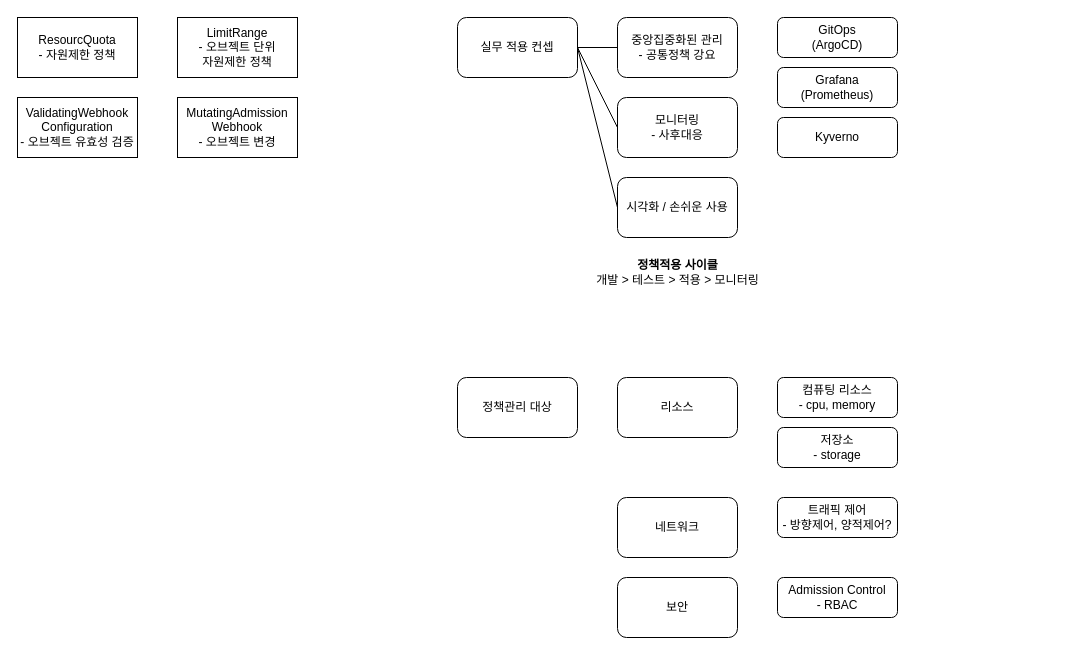
Earlier version of the draw.io diagram page "policy" (1 of 4) of k8s.drawio (hakchangs/k8s-study). Source tidied: cells renumbered, new cells numbered last; positions are measured from the earlier drawing's top-left corner, leaving out a move shared by most shapes. Both pictures are drawn from the tidied source at 100%, with x=0, y=0 at pixel (17, 17).
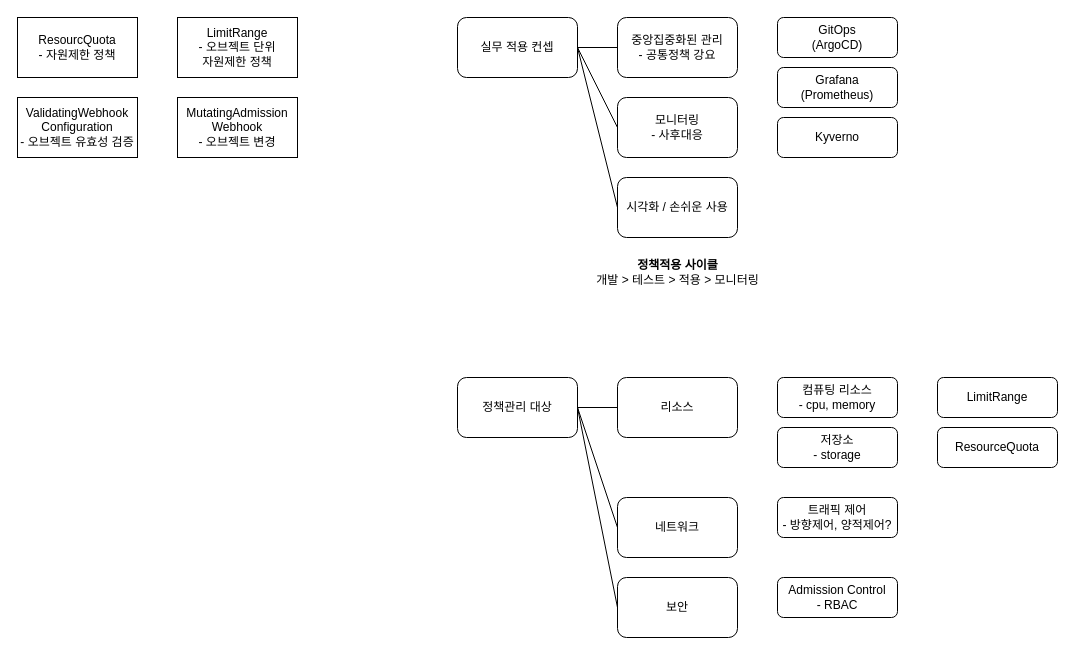
The same page after the edit.

The change refers to these unchanged cells:
```xml
<mxCell id="17" value="정책관리 대상" style="rounded=1;whiteSpace=wrap;html=1;" parent="1" vertex="1">
  <mxGeometry x="440" y="360" width="120" height="60" as="geometry" />
</mxCell>
<mxCell id="18" value="리소스" style="rounded=1;whiteSpace=wrap;html=1;" parent="1" vertex="1">
  <mxGeometry x="600" y="360" width="120" height="60" as="geometry" />
</mxCell>
<mxCell id="21" value="네트워크" style="rounded=1;whiteSpace=wrap;html=1;" parent="1" vertex="1">
  <mxGeometry x="600" y="480" width="120" height="60" as="geometry" />
</mxCell>
<mxCell id="23" value="보안" style="rounded=1;whiteSpace=wrap;html=1;" parent="1" vertex="1">
  <mxGeometry x="600" y="560" width="120" height="60" as="geometry" />
</mxCell>
```

What changed in the source:
```diff
@@
+    <mxCell id="25" style="endArrow=none;html=1;rounded=0;" parent="1" edge="1" source="17" target="18">
+      <mxGeometry relative="1" as="geometry" />
+    </mxCell>
+    <mxCell id="26" style="endArrow=none;html=1;rounded=0;entryX=0;entryY=0.5;entryDx=0;entryDy=0;exitX=1;exitY=0.5;exitDx=0;exitDy=0;" parent="1" edge="1" source="17" target="21">
+      <mxGeometry relative="1" as="geometry" />
+    </mxCell>
+    <mxCell id="27" style="endArrow=none;html=1;rounded=0;entryX=0;entryY=0.5;entryDx=0;entryDy=0;exitX=1;exitY=0.5;exitDx=0;exitDy=0;" parent="1" edge="1" source="17" target="23">
+      <mxGeometry relative="1" as="geometry" />
+    </mxCell>
+    <mxCell id="28" value="LimitRange" style="rounded=1;whiteSpace=wrap;html=1;" parent="1" vertex="1">
+      <mxGeometry x="920" y="360" width="120" height="40" as="geometry" />
+    </mxCell>
+    <mxCell id="29" value="ResourceQuota" style="rounded=1;whiteSpace=wrap;html=1;" parent="1" vertex="1">
+      <mxGeometry x="920" y="410" width="120" height="40" as="geometry" />
+    </mxCell>
```
